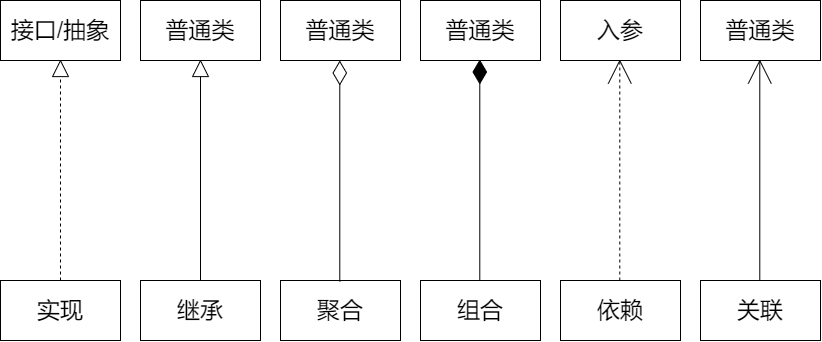
scdays/asset keeps this draw.io diagram as UML.png. Above is the earlier version. Source tidied: cells renumbered, new cells last; positions are measured from the earlier drawing's top-left corner, leaving out a move shared by most shapes.
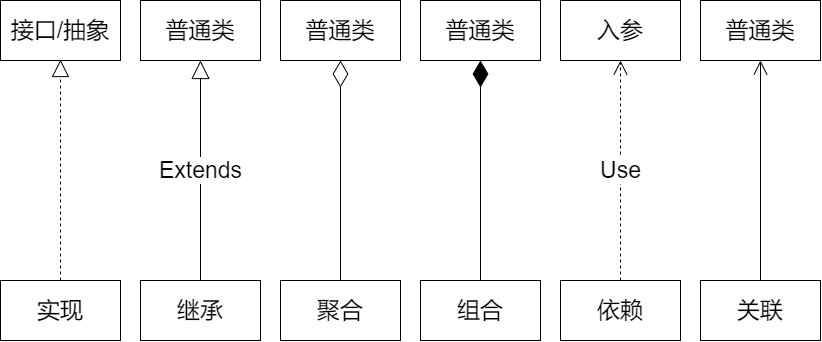
Above is the later version.

The edit, as a diff of the source:
```diff
@@ -43,35 +43,20 @@
         <mxPoint x="60" y="59" as="targetPoint" />
       </mxGeometry>
     </mxCell>
-    <mxCell id="15" style="endArrow=block;endFill=0;endSize=15;html=1;fontSize=23;exitX=0.5;exitY=0;exitDx=0;exitDy=0;startSize=10;targetPerimeterSpacing=0;" parent="1" edge="1">
-      <mxGeometry relative="1" as="geometry">
-        <mxPoint x="200" y="280" as="sourcePoint" />
-        <mxPoint x="200" y="59" as="targetPoint" />
-      </mxGeometry>
-    </mxCell>
-    <mxCell id="16" style="endArrow=diamondThin;endFill=0;endSize=22;html=1;fontSize=23;exitX=0.5;exitY=0;exitDx=0;exitDy=0;startSize=10;targetPerimeterSpacing=0;" parent="1" edge="1">
-      <mxGeometry relative="1" as="geometry">
-        <mxPoint x="339.3" y="281" as="sourcePoint" />
-        <mxPoint x="339.3" y="60" as="targetPoint" />
-      </mxGeometry>
-    </mxCell>
-    <mxCell id="17" style="endArrow=diamondThin;endFill=1;endSize=22;html=1;fontSize=23;exitX=0.5;exitY=0;exitDx=0;exitDy=0;startSize=10;targetPerimeterSpacing=0;" parent="1" edge="1">
-      <mxGeometry relative="1" as="geometry">
-        <mxPoint x="479.3" y="280" as="sourcePoint" />
-        <mxPoint x="479.3" y="59" as="targetPoint" />
-      </mxGeometry>
-    </mxCell>
-    <mxCell id="18" style="endArrow=open;endFill=0;endSize=22;html=1;fontSize=23;exitX=0.5;exitY=0;exitDx=0;exitDy=0;startSize=10;targetPerimeterSpacing=0;dashed=1;" parent="1" edge="1">
-      <mxGeometry relative="1" as="geometry">
-        <mxPoint x="619.3" y="280" as="sourcePoint" />
-        <mxPoint x="619.3" y="59" as="targetPoint" />
-      </mxGeometry>
-    </mxCell>
-    <mxCell id="19" style="endArrow=open;endFill=0;endSize=22;html=1;fontSize=23;exitX=0.5;exitY=0;exitDx=0;exitDy=0;startSize=10;targetPerimeterSpacing=0;" parent="1" edge="1">
-      <mxGeometry relative="1" as="geometry">
-        <mxPoint x="759.3" y="280" as="sourcePoint" />
-        <mxPoint x="759.3" y="59" as="targetPoint" />
-      </mxGeometry>
-    </mxCell>
+    <mxCell id="20" value="Use" style="endArrow=open;endSize=12;dashed=1;html=1;fontSize=23;exitX=0.5;exitY=0;exitDx=0;exitDy=0;entryX=0.5;entryY=1;entryDx=0;entryDy=0;" parent="1" edge="1" source="12" target="6">
+      <mxGeometry relative="1" as="geometry" />
+    </mxCell>
+    <mxCell id="21" style="endArrow=diamondThin;endFill=0;endSize=24;html=1;fontSize=23;entryX=0.5;entryY=1;entryDx=0;entryDy=0;exitX=0.5;exitY=0;exitDx=0;exitDy=0;" parent="1" edge="1" source="10" target="4">
+      <mxGeometry relative="1" as="geometry" />
+    </mxCell>
+    <mxCell id="22" style="endArrow=diamondThin;endFill=1;endSize=24;html=1;fontSize=23;entryX=0.5;entryY=1;entryDx=0;entryDy=0;exitX=0.5;exitY=0;exitDx=0;exitDy=0;" parent="1" edge="1" source="11" target="5">
+      <mxGeometry relative="1" as="geometry" />
+    </mxCell>
+    <mxCell id="23" style="endArrow=open;endFill=1;endSize=12;html=1;fontSize=23;entryX=0.5;entryY=1;entryDx=0;entryDy=0;exitX=0.5;exitY=0;exitDx=0;exitDy=0;" parent="1" edge="1" source="13" target="7">
+      <mxGeometry relative="1" as="geometry" />
+    </mxCell>
+    <mxCell id="24" value="Extends" style="endArrow=block;endSize=16;endFill=0;html=1;fontSize=23;entryX=0.5;entryY=1;entryDx=0;entryDy=0;" parent="1" edge="1" source="9" target="3">
+      <mxGeometry relative="1" as="geometry" />
+    </mxCell>
   </root>
 </mxGraphModel>
```
